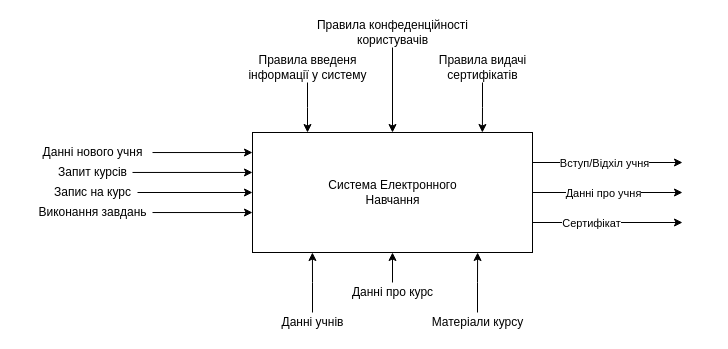
Before: page "SADT-Context" (7 of 8) of Study-system.drawio in SlayVic/Charts, a draw.io diagram. Source tidied: cells renumbered, new cells numbered last; positions are measured from the earlier drawing's top-left corner, leaving out a move shared by most shapes. Both pictures are drawn from the tidied source at 100%, with x=0, y=0 at pixel (32, 17).
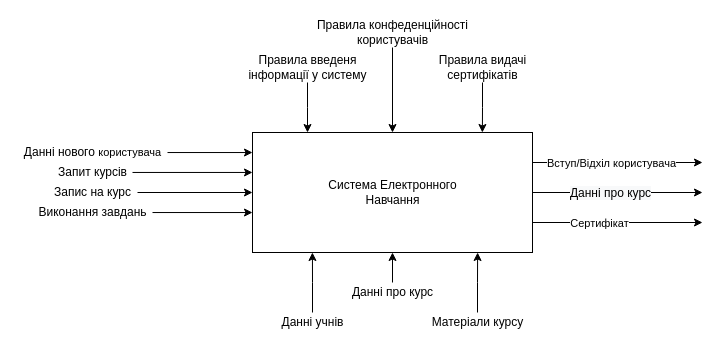
After the change.

The change refers to these unchanged cells:
```xml
<mxCell id="8" value="&lt;span style=&quot;&quot;&gt;Система Електронного&lt;/span&gt;&lt;br style=&quot;&quot;&gt;&lt;span style=&quot;&quot;&gt;Навчання&lt;/span&gt;" style="html=1;dashed=0;whitespace=wrap;" parent="1" vertex="1">
  <mxGeometry x="220" y="115" width="280" height="120" as="geometry" />
</mxCell>
```

What changed in the source:
```diff
@@
     <mxCell id="2" style="edgeStyle=orthogonalEdgeStyle;rounded=0;jettySize=auto;html=1;exitX=1;exitY=0.25;exitDx=0;exitDy=0;" parent="1" edge="1" source="8">
       <mxGeometry relative="1" as="geometry">
-        <mxPoint x="650" y="145" as="targetPoint" />
+        <mxPoint x="670" y="145" as="targetPoint" />
       </mxGeometry>
     </mxCell>
-    <mxCell id="3" value="Вступ/Відхіл учня" style="edgeLabel;html=1;align=center;verticalAlign=middle;" parent="2" vertex="1">
+    <mxCell id="3" value="Вступ/Відхіл користувача" style="edgeLabel;html=1;align=center;verticalAlign=middle;" parent="2" vertex="1">
       <mxGeometry x="-0.22" y="-1" relative="1" as="geometry">
         <mxPoint x="12" y="-1" as="offset" />
       </mxGeometry>
     </mxCell>
     <mxCell id="4" style="edgeStyle=orthogonalEdgeStyle;rounded=0;jettySize=auto;html=1;exitX=1;exitY=0.5;exitDx=0;exitDy=0;" parent="1" edge="1" source="8">
       <mxGeometry relative="1" as="geometry">
-        <mxPoint x="650" y="175" as="targetPoint" />
+        <mxPoint x="670" y="175" as="targetPoint" />
       </mxGeometry>
     </mxCell>
-    <mxCell id="5" value="Данні про учня" style="edgeLabel;html=1;align=center;verticalAlign=middle;" parent="4" vertex="1">
+    <mxCell id="5" value="&lt;span style=&quot;font-size: 12px; background-color: rgb(248, 249, 250);&quot;&gt;Данні про курс&lt;/span&gt;" style="edgeLabel;html=1;align=center;verticalAlign=middle;" parent="4" vertex="1">
       <mxGeometry x="-0.31" y="1" relative="1" as="geometry">
         <mxPoint x="18" y="1" as="offset" />
       </mxGeometry>
     </mxCell>
     <mxCell id="6" style="edgeStyle=orthogonalEdgeStyle;rounded=0;jettySize=auto;html=1;exitX=1;exitY=0.75;exitDx=0;exitDy=0;" parent="1" edge="1" source="8">
       <mxGeometry relative="1" as="geometry">
-        <mxPoint x="650" y="205" as="targetPoint" />
+        <mxPoint x="670" y="205" as="targetPoint" />
       </mxGeometry>
     </mxCell>
@@
-    <mxCell id="22" value="Данні нового учня" style="text;html=1;align=center;verticalAlign=middle;points=[];strokeColor=none;fillColor=none;" parent="1" vertex="1">
-      <mxGeometry y="125" width="120" height="20" as="geometry" />
+    <mxCell id="22" value="Данні нового&amp;nbsp;&lt;span style=&quot;font-size: 11px; background-color: rgb(255, 255, 255);&quot;&gt;користувача&lt;/span&gt;" style="text;html=1;align=center;verticalAlign=middle;points=[];strokeColor=none;fillColor=none;" parent="1" vertex="1">
+      <mxGeometry x="-15" y="125" width="150" height="20" as="geometry" />
     </mxCell>
```
